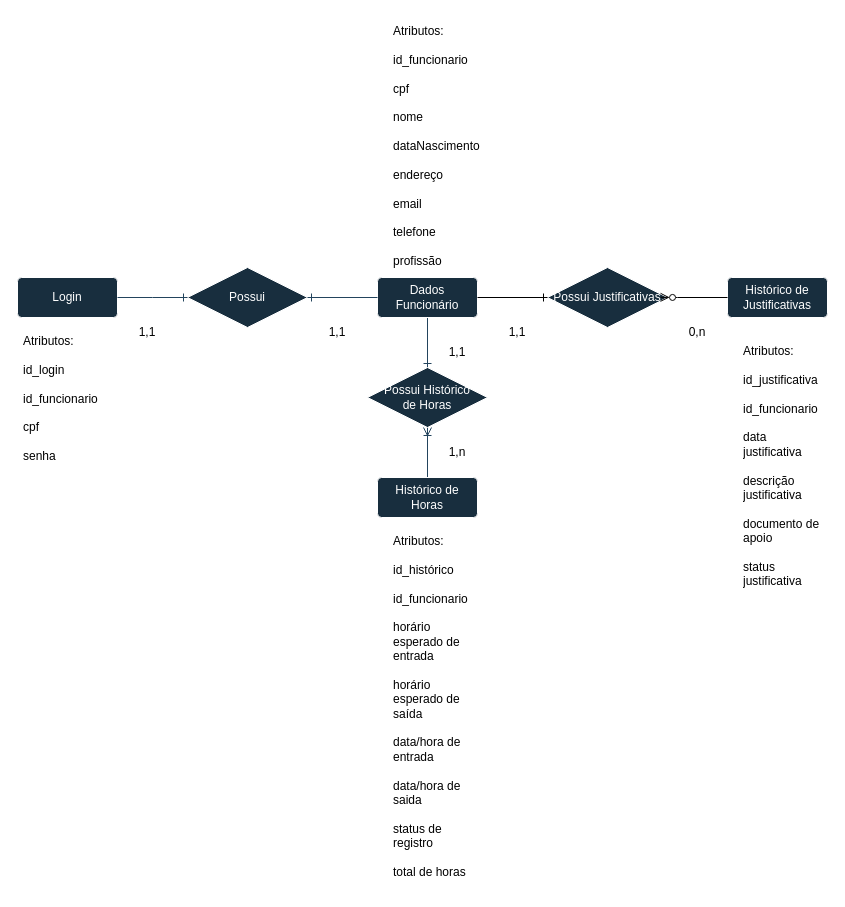
ExtraProjects860/DevWebProject keeps this draw.io diagram as Diagramas do Banco de Dados/Diagrama Modelo Conceitual.drawio. Above is the earlier version. Source tidied: cells renumbered, new cells numbered last; positions are measured from the earlier drawing's top-left corner, leaving out a move shared by most shapes. Both pictures are drawn from the tidied source at 100%, with x=0, y=0 at pixel (17, 17).
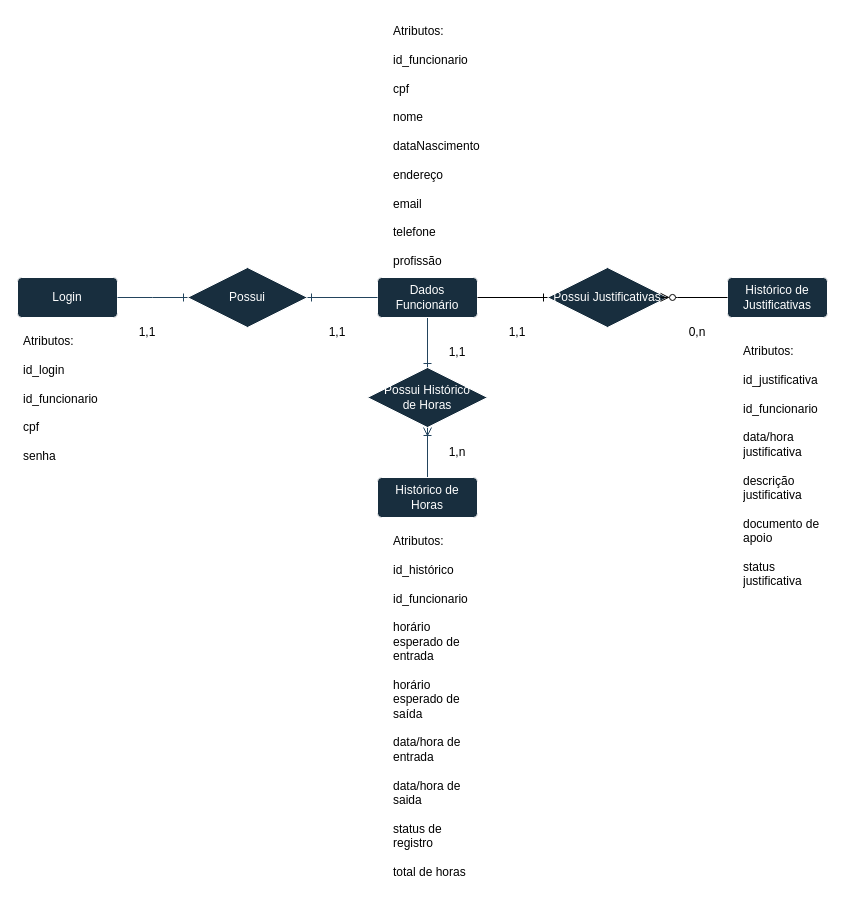
After the change.

Diff of the diagram source:
```diff
@@
-    <mxCell id="24" value="Atributos:&lt;div&gt;&lt;br&gt;&lt;/div&gt;&lt;div&gt;id_justificativa&lt;/div&gt;&lt;div&gt;&lt;br&gt;&lt;/div&gt;&lt;div&gt;id_funcionario&lt;/div&gt;&lt;div&gt;&lt;br&gt;&lt;/div&gt;&lt;div&gt;data justificativa&lt;/div&gt;&lt;div&gt;&lt;br&gt;&lt;/div&gt;&lt;div&gt;descrição justificativa&lt;/div&gt;&lt;div&gt;&lt;br&gt;&lt;/div&gt;&lt;div&gt;documento de apoio&lt;/div&gt;&lt;div&gt;&lt;br&gt;&lt;/div&gt;&lt;div&gt;status justificativa&lt;/div&gt;" style="text;strokeColor=none;fillColor=none;spacingLeft=4;spacingRight=4;overflow=hidden;fontSize=12;whiteSpace=wrap;html=1;" parent="1" vertex="1">
+    <mxCell id="24" value="Atributos:&lt;div&gt;&lt;br&gt;&lt;/div&gt;&lt;div&gt;id_justificativa&lt;/div&gt;&lt;div&gt;&lt;br&gt;&lt;/div&gt;&lt;div&gt;id_funcionario&lt;/div&gt;&lt;div&gt;&lt;br&gt;&lt;/div&gt;&lt;div&gt;data/hora justificativa&lt;/div&gt;&lt;div&gt;&lt;br&gt;&lt;/div&gt;&lt;div&gt;descrição justificativa&lt;/div&gt;&lt;div&gt;&lt;br&gt;&lt;/div&gt;&lt;div&gt;documento de apoio&lt;/div&gt;&lt;div&gt;&lt;br&gt;&lt;/div&gt;&lt;div&gt;status justificativa&lt;/div&gt;" style="text;strokeColor=none;fillColor=none;spacingLeft=4;spacingRight=4;overflow=hidden;fontSize=12;whiteSpace=wrap;html=1;" parent="1" vertex="1">
       <mxGeometry x="720" y="320" width="90" height="250" as="geometry" />
     </mxCell>
```
